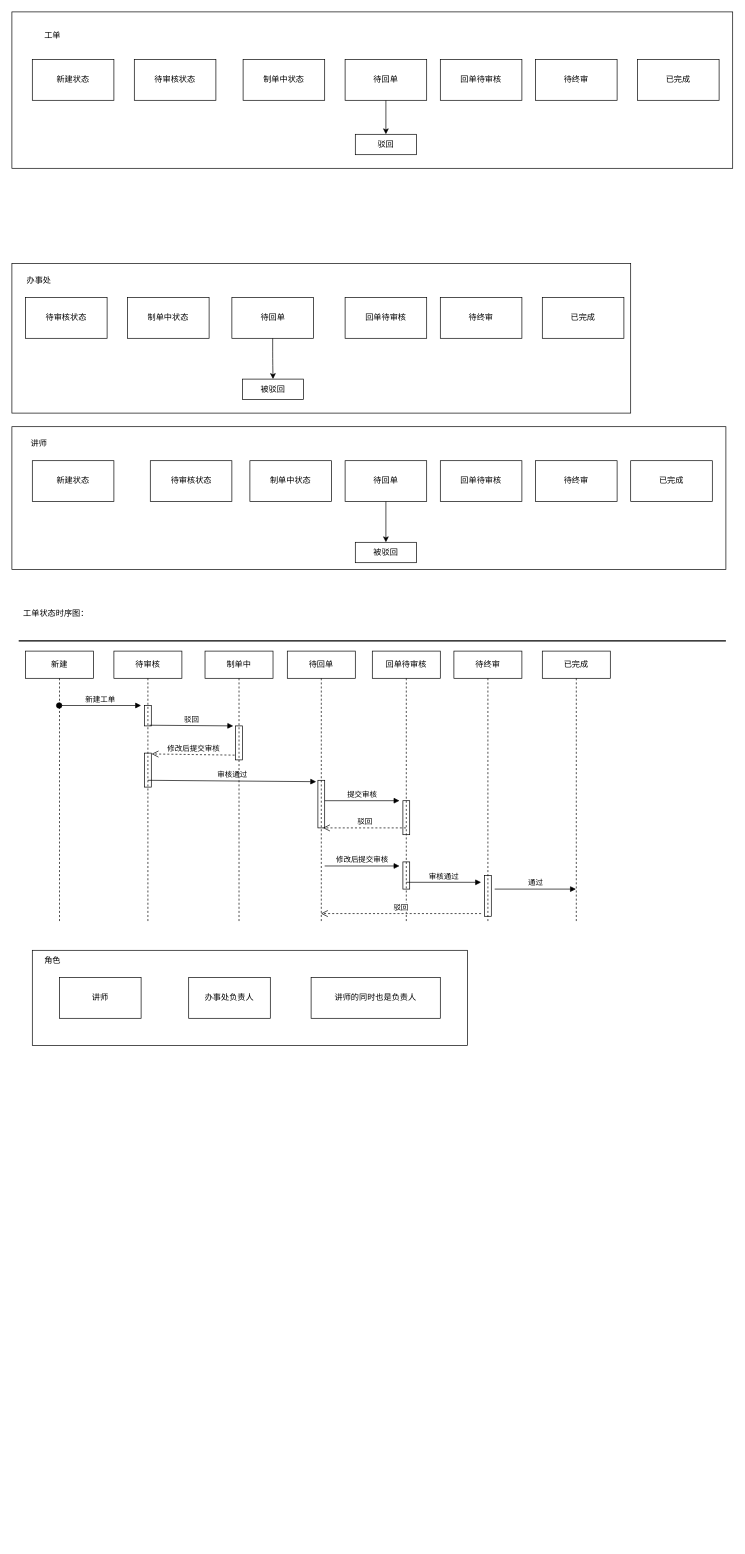
Above: lecturerService.drawio in NgChiKin/diagrams-uml (draw.io), before the change. Source tidied: cells renumbered, new cells numbered last; positions are measured from the earlier drawing's top-left corner, leaving out a move shared by most shapes. Both pictures are drawn from the tidied source at 68%, with x=0, y=0 at pixel (12, 12).
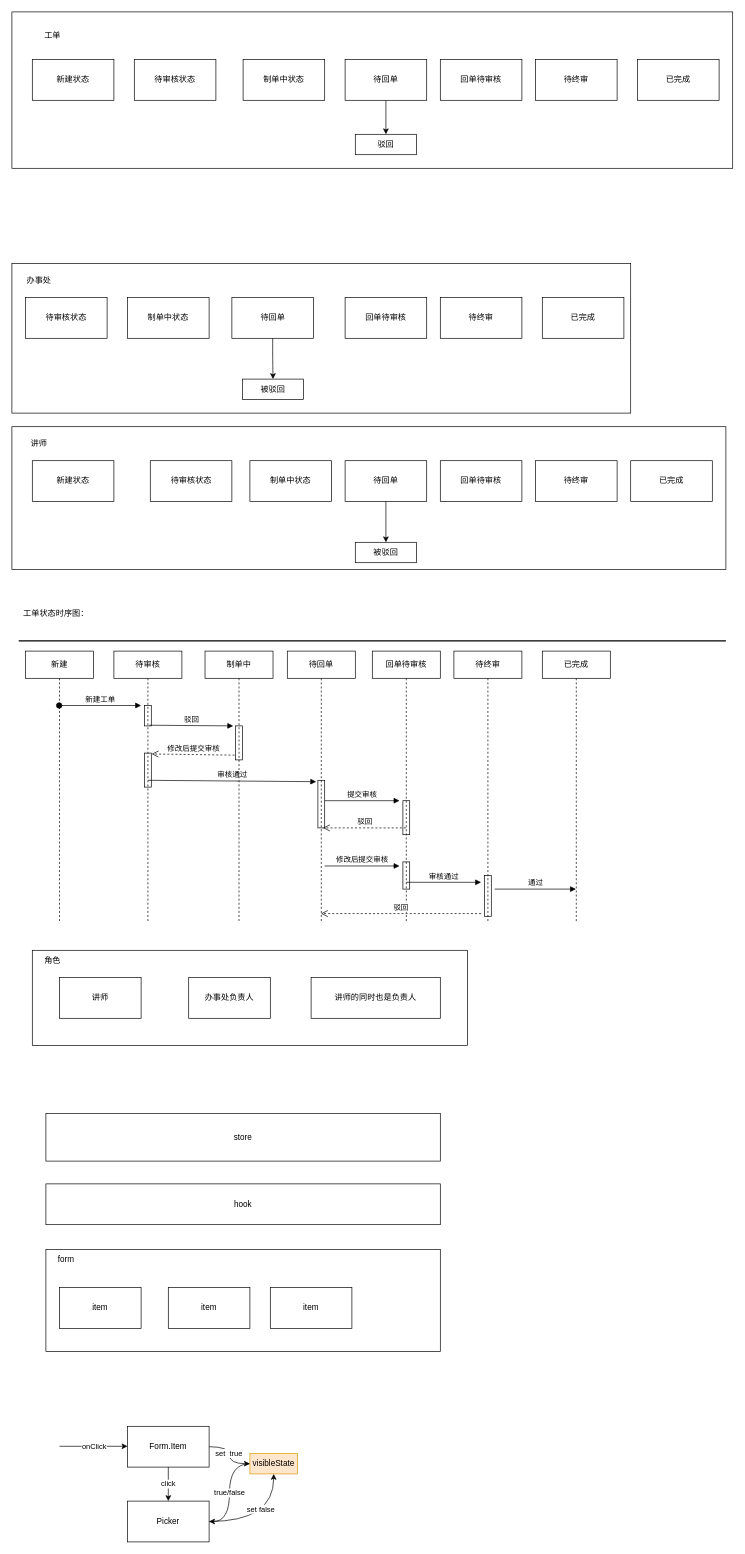
The same diagram, later.

Change to the diagram source:
```diff
@@
+    <mxCell id="65" value="store" style="rounded=0;whiteSpace=wrap;html=1;fillColor=none;" parent="1" vertex="1">
+      <mxGeometry x="50" y="1620" width="580" height="70" as="geometry" />
+    </mxCell>
+    <mxCell id="66" style="rounded=0;whiteSpace=wrap;html=1;fillColor=none;" parent="1" vertex="1">
+      <mxGeometry x="50" y="1820" width="580" height="150" as="geometry" />
+    </mxCell>
+    <mxCell id="67" value="form" style="text;html=1;strokeColor=none;fillColor=none;align=center;verticalAlign=middle;whiteSpace=wrap;rounded=0;" parent="1" vertex="1">
+      <mxGeometry x="50" y="1820" width="60" height="30" as="geometry" />
+    </mxCell>
+    <mxCell id="68" value="item" style="rounded=0;whiteSpace=wrap;html=1;fillColor=none;" parent="1" vertex="1">
+      <mxGeometry x="70" y="1876" width="120" height="60" as="geometry" />
+    </mxCell>
+    <mxCell id="69" value="item" style="rounded=0;whiteSpace=wrap;html=1;fillColor=none;" parent="1" vertex="1">
+      <mxGeometry x="230" y="1876" width="120" height="60" as="geometry" />
+    </mxCell>
+    <mxCell id="70" value="item" style="rounded=0;whiteSpace=wrap;html=1;fillColor=none;" parent="1" vertex="1">
+      <mxGeometry x="380" y="1876" width="120" height="60" as="geometry" />
+    </mxCell>
+    <mxCell id="71" value="hook" style="rounded=0;whiteSpace=wrap;html=1;fillColor=none;" parent="1" vertex="1">
+      <mxGeometry x="50" y="1723.5" width="580" height="60" as="geometry" />
+    </mxCell>
+    <mxCell id="72" value="click" style="edgeStyle=orthogonalEdgeStyle;rounded=0;jettySize=auto;html=1;entryX=0.5;entryY=0;entryDx=0;entryDy=0;" parent="1" edge="1" source="75" target="80">
+      <mxGeometry relative="1" as="geometry" />
+    </mxCell>
+    <mxCell id="73" style="edgeStyle=orthogonalEdgeStyle;jettySize=auto;html=1;entryX=0;entryY=0.5;entryDx=0;entryDy=0;curved=1;" parent="1" edge="1" source="75" target="82">
+      <mxGeometry relative="1" as="geometry" />
+    </mxCell>
+    <mxCell id="74" value="set&amp;nbsp; true" style="edgeLabel;html=1;align=center;verticalAlign=middle;" parent="73" vertex="1">
+      <mxGeometry x="-0.07" y="-2" relative="1" as="geometry">
+        <mxPoint y="-1" as="offset" />
+      </mxGeometry>
+    </mxCell>
+    <mxCell id="75" value="Form.Item" style="rounded=0;whiteSpace=wrap;html=1;fillColor=none;" parent="1" vertex="1">
+      <mxGeometry x="170" y="2080" width="120" height="60" as="geometry" />
+    </mxCell>
+    <mxCell id="76" style="endArrow=classic;html=1;rounded=0;" parent="1" edge="1">
+      <mxGeometry relative="1" as="geometry">
+        <mxPoint x="70" y="2109.4" as="sourcePoint" />
+        <mxPoint x="170" y="2109.4" as="targetPoint" />
+      </mxGeometry>
+    </mxCell>
+    <mxCell id="77" value="onClick" style="edgeLabel;html=1;align=center;verticalAlign=middle;fillColor=none;" parent="76" vertex="1">
+      <mxGeometry relative="1" as="geometry" />
+    </mxCell>
+    <mxCell id="78" style="edgeStyle=orthogonalEdgeStyle;curved=1;jettySize=auto;html=1;exitX=1;exitY=0.5;exitDx=0;exitDy=0;entryX=0.5;entryY=1;entryDx=0;entryDy=0;" parent="1" edge="1" source="80" target="82">
+      <mxGeometry relative="1" as="geometry" />
+    </mxCell>
+    <mxCell id="79" value="set false" style="edgeLabel;html=1;align=center;verticalAlign=middle;" parent="78" vertex="1">
+      <mxGeometry x="-0.09" y="19" relative="1" as="geometry" />
+    </mxCell>
+    <mxCell id="80" value="Picker" style="rounded=0;whiteSpace=wrap;html=1;fillColor=none;" parent="1" vertex="1">
+      <mxGeometry x="170" y="2190" width="120" height="60" as="geometry" />
+    </mxCell>
+    <mxCell id="81" value="true/false" style="edgeStyle=orthogonalEdgeStyle;curved=1;jettySize=auto;html=1;entryX=1;entryY=0.5;entryDx=0;entryDy=0;" parent="1" edge="1" source="82" target="80">
+      <mxGeometry relative="1" as="geometry" />
+    </mxCell>
+    <mxCell id="82" value="visibleState" style="text;html=1;strokeColor=#d79b00;fillColor=#ffe6cc;align=center;verticalAlign=middle;whiteSpace=wrap;rounded=0;" parent="1" vertex="1">
+      <mxGeometry x="350" y="2120" width="70" height="30" as="geometry" />
+    </mxCell>
```
